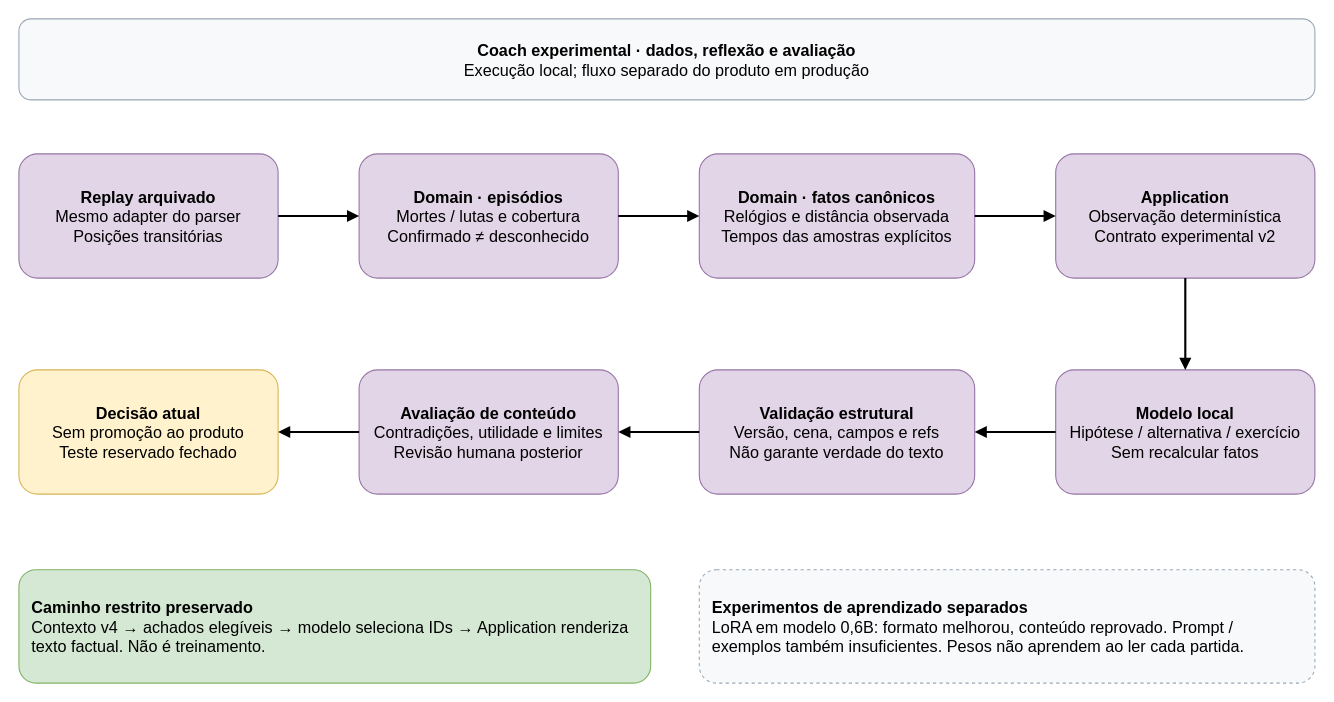
Above: page "7. Coach experimental" (7 of 7) of docs/diagrams/dotaanalyst.drawio in andreomorg/dota_analyst (draw.io), before the change. Source tidied: cells renumbered, new cells numbered last; positions are measured from the earlier drawing's top-left corner, leaving out a move shared by most shapes. Both pictures are drawn from the tidied source at 108%, with x=0, y=0 at pixel (18, 18).
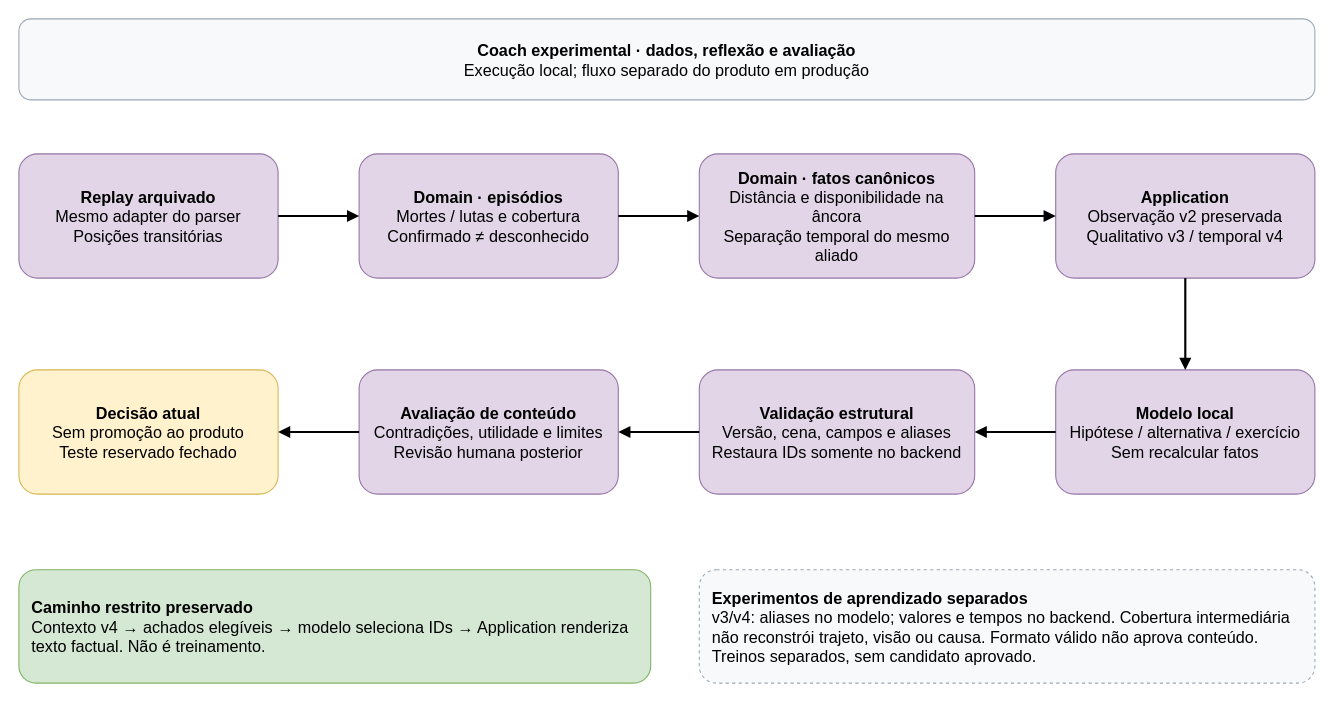
Above is the later version.

What changed in the source:
```diff
@@
 <mxGraphModel background="#ffffff">
   <root>
     <mxCell id="0" />
     <mxCell id="1" parent="0" />
     <mxCell id="2" value="&lt;b&gt;Coach experimental · dados, reflexão e avaliação&lt;/b&gt;&lt;br&gt;Execução local; fluxo separado do produto em produção" style="rounded=1;whiteSpace=wrap;html=1;fontSize=15;spacing=12;fillColor=#e1d5e7;strokeColor=#9673a6;fillColor=#f8f9fb;strokeColor=#9aa7b5;" parent="1" vertex="1">
       <mxGeometry width="1200" height="75" as="geometry" />
     </mxCell>
     <mxCell id="3" value="&lt;b&gt;Replay arquivado&lt;/b&gt;&lt;br&gt;Mesmo adapter do parser&lt;br&gt;Posições transitórias" style="rounded=1;whiteSpace=wrap;html=1;fontSize=15;spacing=12;fillColor=#e1d5e7;strokeColor=#9673a6;" parent="1" vertex="1">
       <mxGeometry y="125" width="240" height="115" as="geometry" />
     </mxCell>
     <mxCell id="4" value="&lt;b&gt;Domain · episódios&lt;/b&gt;&lt;br&gt;Mortes / lutas e cobertura&lt;br&gt;Confirmado ≠ desconhecido" style="rounded=1;whiteSpace=wrap;html=1;fontSize=15;spacing=12;fillColor=#e1d5e7;strokeColor=#9673a6;" parent="1" vertex="1">
       <mxGeometry x="315" y="125" width="240" height="115" as="geometry" />
     </mxCell>
-    <mxCell id="5" value="&lt;b&gt;Domain · fatos canônicos&lt;/b&gt;&lt;br&gt;Relógios e distância observada&lt;br&gt;Tempos das amostras explícitos" style="rounded=1;whiteSpace=wrap;html=1;fontSize=15;spacing=12;fillColor=#e1d5e7;strokeColor=#9673a6;" parent="1" vertex="1">
+    <mxCell id="5" value="&lt;b&gt;Domain · fatos canônicos&lt;/b&gt;&lt;br&gt;Distância e disponibilidade na âncora&lt;br&gt;Separação temporal do mesmo aliado" style="rounded=1;whiteSpace=wrap;html=1;fontSize=15;spacing=12;fillColor=#e1d5e7;strokeColor=#9673a6;" parent="1" vertex="1">
       <mxGeometry x="630" y="125" width="255" height="115" as="geometry" />
     </mxCell>
-    <mxCell id="6" value="&lt;b&gt;Application&lt;/b&gt;&lt;br&gt;Observação determinística&lt;br&gt;Contrato experimental v2" style="rounded=1;whiteSpace=wrap;html=1;fontSize=15;spacing=12;fillColor=#e1d5e7;strokeColor=#9673a6;" parent="1" vertex="1">
+    <mxCell id="6" value="&lt;b&gt;Application&lt;/b&gt;&lt;br&gt;Observação v2 preservada&lt;br&gt;Qualitativo v3 / temporal v4" style="rounded=1;whiteSpace=wrap;html=1;fontSize=15;spacing=12;fillColor=#e1d5e7;strokeColor=#9673a6;" parent="1" vertex="1">
       <mxGeometry x="960" y="125" width="240" height="115" as="geometry" />
     </mxCell>
     <mxCell id="7" value="&lt;b&gt;Modelo local&lt;/b&gt;&lt;br&gt;Hipótese / alternativa / exercício&lt;br&gt;Sem recalcular fatos" style="rounded=1;whiteSpace=wrap;html=1;fontSize=15;spacing=12;fillColor=#e1d5e7;strokeColor=#9673a6;" parent="1" vertex="1">
       <mxGeometry x="960" y="325" width="240" height="115" as="geometry" />
     </mxCell>
-    <mxCell id="8" value="&lt;b&gt;Validação estrutural&lt;/b&gt;&lt;br&gt;Versão, cena, campos e refs&lt;br&gt;Não garante verdade do texto" style="rounded=1;whiteSpace=wrap;html=1;fontSize=15;spacing=12;fillColor=#e1d5e7;strokeColor=#9673a6;" parent="1" vertex="1">
+    <mxCell id="8" value="&lt;b&gt;Validação estrutural&lt;/b&gt;&lt;br&gt;Versão, cena, campos e aliases&lt;br&gt;Restaura IDs somente no backend" style="rounded=1;whiteSpace=wrap;html=1;fontSize=15;spacing=12;fillColor=#e1d5e7;strokeColor=#9673a6;" parent="1" vertex="1">
       <mxGeometry x="630" y="325" width="255" height="115" as="geometry" />
     </mxCell>
     <mxCell id="9" value="&lt;b&gt;Avaliação de conteúdo&lt;/b&gt;&lt;br&gt;Contradições, utilidade e limites&lt;br&gt;Revisão humana posterior" style="rounded=1;whiteSpace=wrap;html=1;fontSize=15;spacing=12;fillColor=#e1d5e7;strokeColor=#9673a6;" parent="1" vertex="1">
       <mxGeometry x="315" y="325" width="240" height="115" as="geometry" />
     </mxCell>
     <mxCell id="10" value="&lt;b&gt;Decisão atual&lt;/b&gt;&lt;br&gt;Sem promoção ao produto&lt;br&gt;Teste reservado fechado" style="rounded=1;whiteSpace=wrap;html=1;fontSize=15;spacing=12;fillColor=#e1d5e7;strokeColor=#9673a6;fillColor=#fff2cc;strokeColor=#d6b656;" parent="1" vertex="1">
       <mxGeometry y="325" width="240" height="115" as="geometry" />
     </mxCell>
     <mxCell id="11" value="&lt;b&gt;Caminho restrito preservado&lt;/b&gt;&lt;br&gt;Contexto v4 → achados elegíveis → modelo seleciona IDs → Application renderiza texto factual. Não é treinamento." style="rounded=1;whiteSpace=wrap;html=1;fontSize=15;spacing=12;fillColor=#e1d5e7;strokeColor=#9673a6;fillColor=#d5e8d4;strokeColor=#82b366;align=left;" parent="1" vertex="1">
       <mxGeometry y="510" width="585" height="105" as="geometry" />
     </mxCell>
-    <mxCell id="12" value="&lt;b&gt;Experimentos de aprendizado separados&lt;/b&gt;&lt;br&gt;LoRA em modelo 0,6B: formato melhorou, conteúdo reprovado. Prompt / exemplos também insuficientes. Pesos não aprendem ao ler cada partida." style="rounded=1;whiteSpace=wrap;html=1;fontSize=15;spacing=12;fillColor=#e1d5e7;strokeColor=#9673a6;dashed=1;fillColor=#f8f9fb;strokeColor=#9aa7b5;align=left;" parent="1" vertex="1">
+    <mxCell id="12" value="&lt;b&gt;Experimentos de aprendizado separados&lt;/b&gt;&lt;br&gt;v3/v4: aliases no modelo; valores e tempos no backend. Cobertura intermediária não reconstrói trajeto, visão ou causa. Formato válido não aprova conteúdo. Treinos separados, sem candidato aprovado." style="rounded=1;whiteSpace=wrap;html=1;fontSize=15;spacing=12;fillColor=#e1d5e7;strokeColor=#9673a6;dashed=1;fillColor=#f8f9fb;strokeColor=#9aa7b5;align=left;" parent="1" vertex="1">
       <mxGeometry x="630" y="510" width="570" height="105" as="geometry" />
     </mxCell>
     <mxCell id="13" style="edgeStyle=orthogonalEdgeStyle;rounded=1;strokeWidth=2;endArrow=block;" parent="1" edge="1" source="3" target="4">
       <mxGeometry relative="1" as="geometry" />
     </mxCell>
     <mxCell id="14" style="edgeStyle=orthogonalEdgeStyle;rounded=1;strokeWidth=2;endArrow=block;" parent="1" edge="1" source="4" target="5">
       <mxGeometry relative="1" as="geometry" />
     </mxCell>
     <mxCell id="15" style="edgeStyle=orthogonalEdgeStyle;rounded=1;strokeWidth=2;endArrow=block;" parent="1" edge="1" source="5" target="6">
       <mxGeometry relative="1" as="geometry" />
     </mxCell>
     <mxCell id="16" style="edgeStyle=orthogonalEdgeStyle;rounded=1;strokeWidth=2;endArrow=block;" parent="1" edge="1" source="6" target="7">
       <mxGeometry relative="1" as="geometry" />
     </mxCell>
     <mxCell id="17" style="edgeStyle=orthogonalEdgeStyle;rounded=1;strokeWidth=2;endArrow=block;" parent="1" edge="1" source="7" target="8">
       <mxGeometry relative="1" as="geometry" />
     </mxCell>
     <mxCell id="18" style="edgeStyle=orthogonalEdgeStyle;rounded=1;strokeWidth=2;endArrow=block;" parent="1" edge="1" source="8" target="9">
       <mxGeometry relative="1" as="geometry" />
     </mxCell>
     <mxCell id="19" style="edgeStyle=orthogonalEdgeStyle;rounded=1;strokeWidth=2;endArrow=block;" parent="1" edge="1" source="9" target="10">
       <mxGeometry relative="1" as="geometry" />
     </mxCell>
   </root>
 </mxGraphModel>
```
